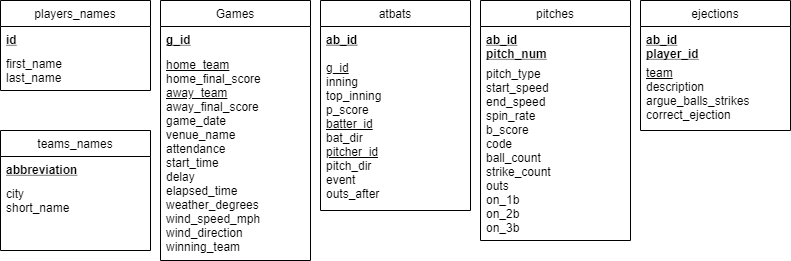
Matt1504/ECE356-Project keeps this draw.io diagram as Design/Relational Schema/MLB_Schema_Table_Specification.png. Above is the earlier version. Source tidied: cells renumbered, new cells last; positions are measured from the earlier drawing's top-left corner, leaving out a move shared by most shapes.
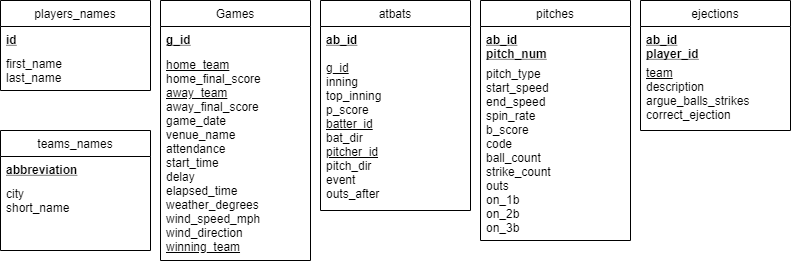
After the commit.

Commit message:
fixed schema table

The edit, as a diff of the source:
```diff
@@ -8,7 +8,7 @@
     <mxCell id="3" value="g_id" style="text;align=left;verticalAlign=top;spacingLeft=4;spacingRight=4;overflow=hidden;fontStyle=5;" parent="2" vertex="1">
       <mxGeometry y="26" width="150" height="24" as="geometry" />
     </mxCell>
-    <mxCell id="4" value="&lt;span&gt;&lt;u&gt;home_team&lt;/u&gt;&lt;/span&gt;&lt;br style=&quot;padding: 0px ; margin: 0px&quot;&gt;&lt;span&gt;home_final_score&lt;/span&gt;&lt;br style=&quot;padding: 0px ; margin: 0px&quot;&gt;&lt;span&gt;&lt;u&gt;away_team&lt;/u&gt;&lt;/span&gt;&lt;br style=&quot;padding: 0px ; margin: 0px&quot;&gt;&lt;span&gt;away_final_score&lt;/span&gt;&lt;br style=&quot;padding: 0px ; margin: 0px&quot;&gt;&lt;span&gt;game_date&lt;/span&gt;&lt;br style=&quot;padding: 0px ; margin: 0px&quot;&gt;&lt;span&gt;venue_name&lt;/span&gt;&lt;br style=&quot;padding: 0px ; margin: 0px&quot;&gt;&lt;span&gt;attendance&lt;/span&gt;&lt;br style=&quot;padding: 0px ; margin: 0px&quot;&gt;&lt;span&gt;start_time&lt;/span&gt;&lt;br style=&quot;padding: 0px ; margin: 0px&quot;&gt;&lt;span&gt;delay&lt;/span&gt;&lt;br style=&quot;padding: 0px ; margin: 0px&quot;&gt;&lt;span&gt;elapsed_time&lt;/span&gt;&lt;br style=&quot;padding: 0px ; margin: 0px&quot;&gt;&lt;span&gt;weather_degrees&lt;/span&gt;&lt;br style=&quot;padding: 0px ; margin: 0px&quot;&gt;&lt;span&gt;wind_speed_mph&lt;/span&gt;&lt;br style=&quot;padding: 0px ; margin: 0px&quot;&gt;&lt;span&gt;wind_direction&lt;br&gt;winning_team&lt;br&gt;&lt;/span&gt;" style="text;html=1;fillColor=none;align=left;verticalAlign=middle;whiteSpace=wrap;rounded=0;spacingLeft=4;spacingRight=4;" parent="2" vertex="1">
+    <mxCell id="4" value="&lt;span&gt;&lt;u&gt;home_team&lt;/u&gt;&lt;/span&gt;&lt;br style=&quot;padding: 0px ; margin: 0px&quot;&gt;&lt;span&gt;home_final_score&lt;/span&gt;&lt;br style=&quot;padding: 0px ; margin: 0px&quot;&gt;&lt;span&gt;&lt;u&gt;away_team&lt;/u&gt;&lt;/span&gt;&lt;br style=&quot;padding: 0px ; margin: 0px&quot;&gt;&lt;span&gt;away_final_score&lt;/span&gt;&lt;br style=&quot;padding: 0px ; margin: 0px&quot;&gt;&lt;span&gt;game_date&lt;/span&gt;&lt;br style=&quot;padding: 0px ; margin: 0px&quot;&gt;&lt;span&gt;venue_name&lt;/span&gt;&lt;br style=&quot;padding: 0px ; margin: 0px&quot;&gt;&lt;span&gt;attendance&lt;/span&gt;&lt;br style=&quot;padding: 0px ; margin: 0px&quot;&gt;&lt;span&gt;start_time&lt;/span&gt;&lt;br style=&quot;padding: 0px ; margin: 0px&quot;&gt;&lt;span&gt;delay&lt;/span&gt;&lt;br style=&quot;padding: 0px ; margin: 0px&quot;&gt;&lt;span&gt;elapsed_time&lt;/span&gt;&lt;br style=&quot;padding: 0px ; margin: 0px&quot;&gt;&lt;span&gt;weather_degrees&lt;/span&gt;&lt;br style=&quot;padding: 0px ; margin: 0px&quot;&gt;&lt;span&gt;wind_speed_mph&lt;/span&gt;&lt;br style=&quot;padding: 0px ; margin: 0px&quot;&gt;&lt;span&gt;wind_direction&lt;br&gt;&lt;u&gt;winning_team&lt;/u&gt;&lt;br&gt;&lt;/span&gt;" style="text;html=1;fillColor=none;align=left;verticalAlign=middle;whiteSpace=wrap;rounded=0;spacingLeft=4;spacingRight=4;" parent="2" vertex="1">
       <mxGeometry y="50" width="150" height="210" as="geometry" />
     </mxCell>
     <mxCell id="5" value="atbats" style="swimlane;fontStyle=0;align=center;verticalAlign=top;horizontal=1;startSize=26;rounded=0;shadow=0;strokeWidth=1;" parent="1" vertex="1">
```
